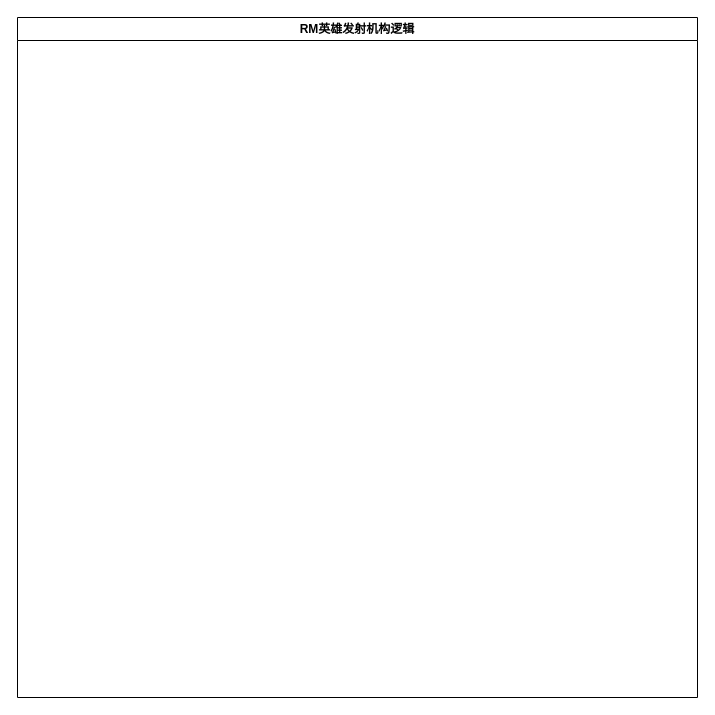
This is 英雄发射机构自动逻辑.drawio from Zhangziji-Cumulus/Cumulus_Notes, a draw.io file, before an edit. Source tidied: cells renumbered, new cells numbered last; positions are measured from the earlier drawing's top-left corner, leaving out a move shared by most shapes. Both pictures are drawn from the tidied source at 100%, with x=0, y=0 at pixel (17, 17).
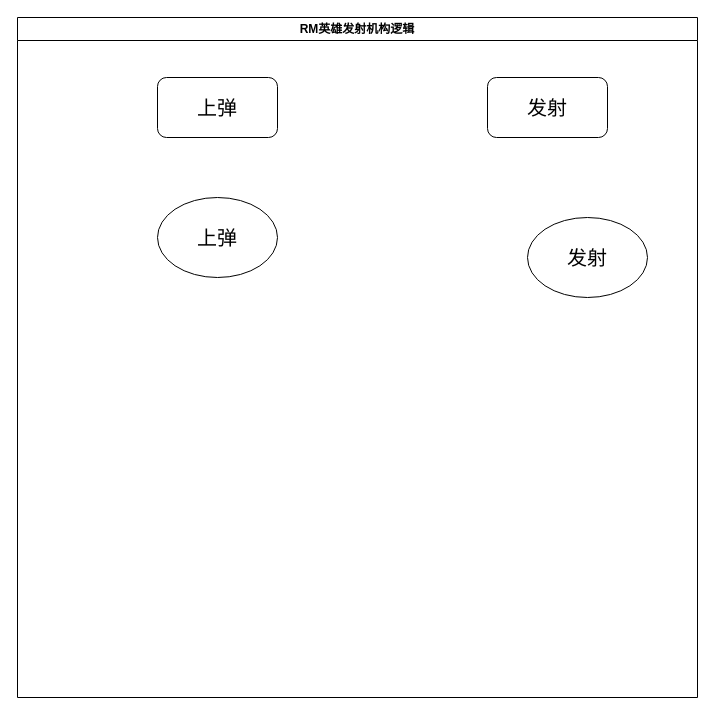
After the change.

Commit message:
更新英雄发射机构自动逻辑.drawio

Change to the diagram source:
```diff
@@
 <mxGraphModel>
   <root>
     <mxCell id="0" />
     <mxCell id="1" parent="0" />
     <mxCell id="2" value="RM英雄发射机构逻辑" style="swimlane;whiteSpace=wrap;html=1;" parent="1" vertex="1">
       <mxGeometry width="680" height="680" as="geometry" />
     </mxCell>
+    <mxCell id="3" value="&lt;font style=&quot;font-size: 20px;&quot;&gt;上弹&lt;/font&gt;" style="rounded=1;whiteSpace=wrap;html=1;" parent="2" vertex="1">
+      <mxGeometry x="140" y="60" width="120" height="60" as="geometry" />
+    </mxCell>
+    <mxCell id="4" value="&lt;font style=&quot;font-size: 20px;&quot;&gt;发射&lt;/font&gt;" style="rounded=1;whiteSpace=wrap;html=1;" parent="2" vertex="1">
+      <mxGeometry x="470" y="60" width="120" height="60" as="geometry" />
+    </mxCell>
+    <mxCell id="5" value="&lt;font style=&quot;font-size: 20px;&quot;&gt;上弹&lt;/font&gt;" style="ellipse;whiteSpace=wrap;html=1;" parent="2" vertex="1">
+      <mxGeometry x="140" y="180" width="120" height="80" as="geometry" />
+    </mxCell>
+    <mxCell id="6" value="&lt;span style=&quot;font-size: 20px;&quot;&gt;发射&lt;/span&gt;" style="ellipse;whiteSpace=wrap;html=1;" parent="1" vertex="1">
+      <mxGeometry x="510" y="200" width="120" height="80" as="geometry" />
+    </mxCell>
   </root>
 </mxGraphModel>
```
